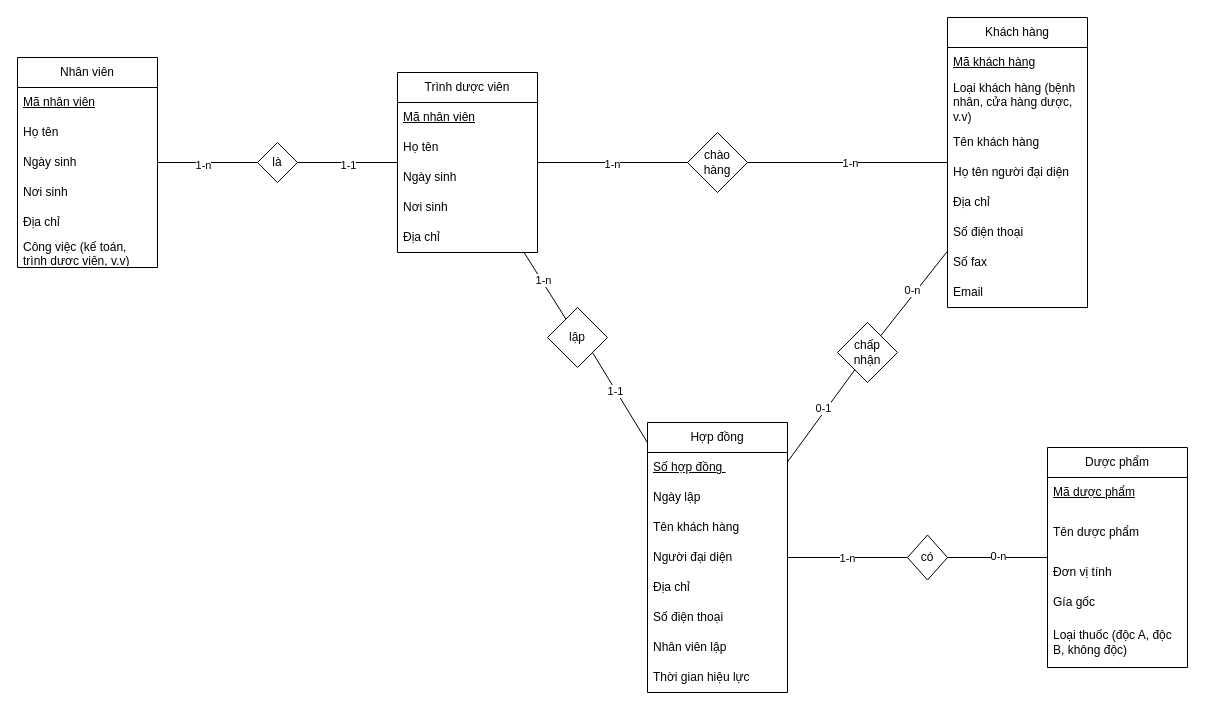
Before: Exercise_02.drawio in DatOneGuyL/Extra-Exercises, a draw.io diagram. Source tidied: cells renumbered, new cells numbered last; positions are measured from the earlier drawing's top-left corner, leaving out a move shared by most shapes. Both pictures are drawn from the tidied source at 100%, with x=0, y=0 at pixel (17, 17).
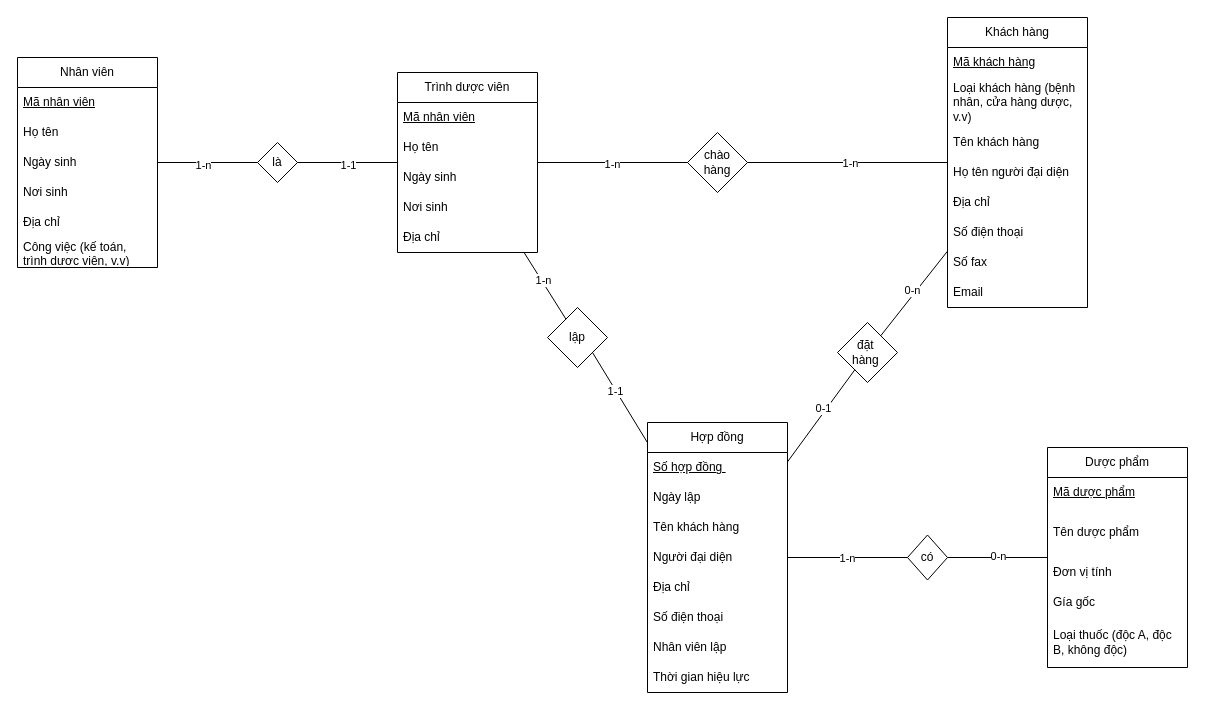
The same diagram, later.

Diff of the diagram source:
```diff
@@
-    <mxCell id="43" value="&lt;div&gt;chấp&lt;br&gt;nhận&lt;/div&gt;" style="rhombus;whiteSpace=wrap;html=1;" parent="1" vertex="1">
+    <mxCell id="43" value="đặt&amp;nbsp;&lt;br&gt;hàng&amp;nbsp;" style="rhombus;whiteSpace=wrap;html=1;" parent="1" vertex="1">
       <mxGeometry x="820" y="305" width="60" height="60" as="geometry" />
     </mxCell>
```
